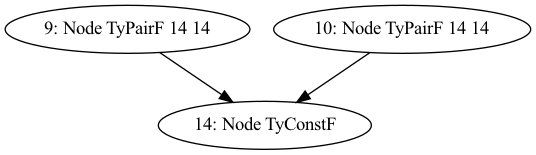
The Graphviz diagram dot/linear-processed.png in ejconlon/uniter, before a commit. Its source is kept beside it as dot/linear-processed.dot.
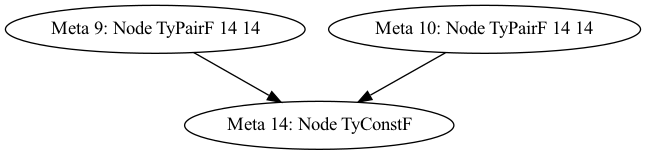
The same diagram one commit later.

The edit, as a diff of the source:
```diff
@@ -1,8 +1,8 @@
 digraph
 {
-  "9" [label="9: Node TyPairF 14 14"]
-  "10" [label="10: Node TyPairF 14 14"]
-  "14" [label="14: Node TyConstF"]
+  "9" [label="Meta 9: Node TyPairF 14 14"]
+  "10" [label="Meta 10: Node TyPairF 14 14"]
+  "14" [label="Meta 14: Node TyConstF"]
   "9" -> "14"
   "10" -> "14"
 }
```
